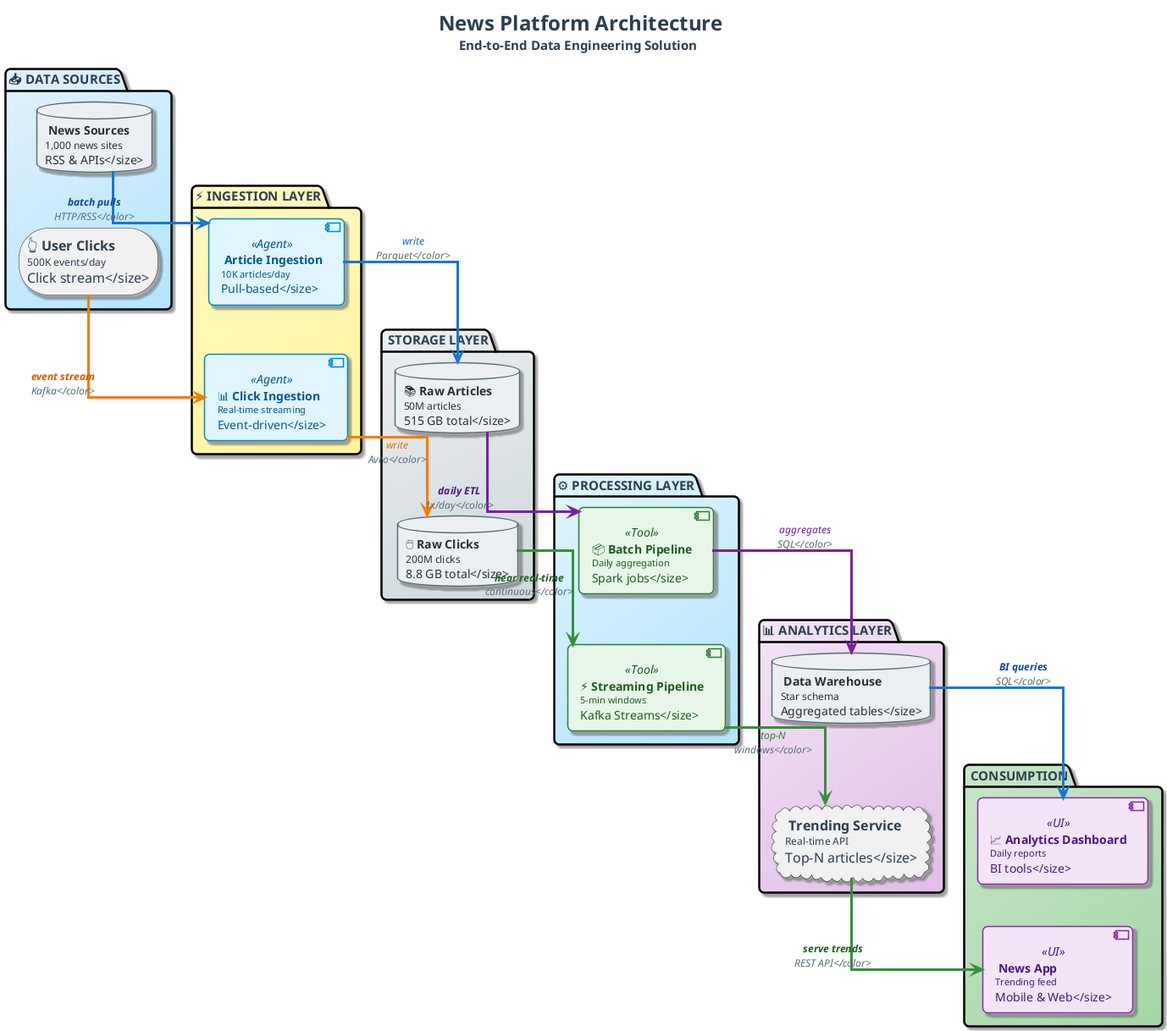
This is diagrams/week01/week1_practice_slide15_architecture.png from OrPerets/data-engineering-course, a PlantUML export, as it was before one commit.
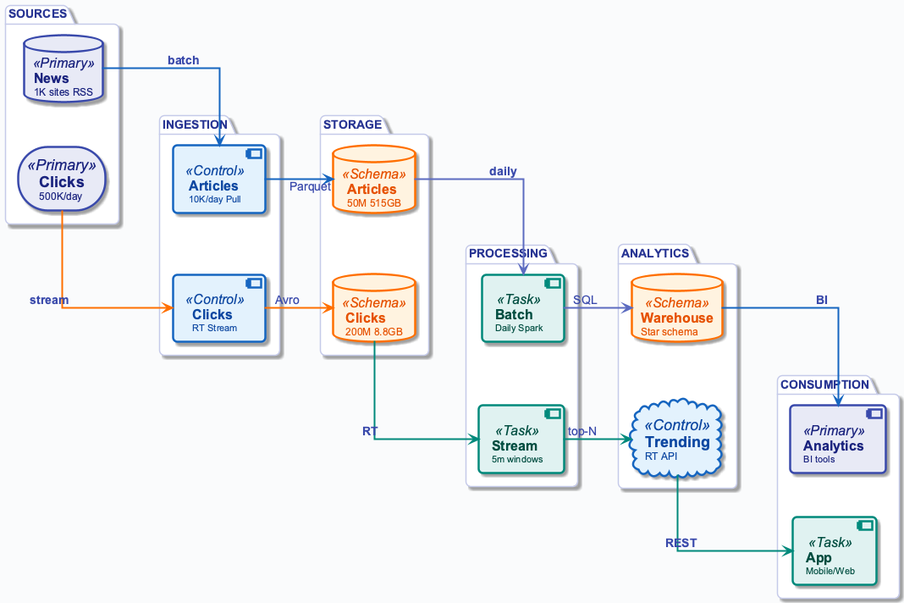
The same file after the commit.

The edit, as a diff of the source:
```diff
@@ -1,181 +1,56 @@
 @startuml
+!include ../_template_styles.puml
 top to bottom direction
-skinparam linetype ortho
-skinparam shadowing true
-skinparam roundcorner 12
-skinparam handwritten false
-skinparam nodesep 35
-skinparam ranksep 50
 
-skinparam defaultFontName "Segoe UI, Helvetica, sans-serif"
-skinparam defaultFontSize 16
-skinparam defaultFontColor #2C3E50
-
-skinparam rectangle {
-    BackgroundColor #F8F9FA
-    BorderColor #90A4AE
-    BorderThickness 2
-    FontColor #263238
-    FontSize 14
-    FontStyle bold
-    Padding 20
-}
-
-skinparam component {
-    BackgroundColor #FFFFFF
-    BorderColor #78909C
-    BorderThickness 1.5
-    FontSize 14
-    Padding 12
-}
-
-skinparam database {
-    BackgroundColor #ECEFF1
-    BorderColor #546E7A
-    BorderThickness 1.5
-    FontSize 14
-    FontColor #263238
-}
-
-skinparam arrow {
-    Color #607D8B
-    Thickness 2.5
-    FontSize 12
-    FontColor #546E7A
-    FontStyle italic
-}
-
-skinparam package {
-    BorderThickness 2.5
-    FontSize 15
-    FontStyle bold
-}
-
-skinparam component<<UI>> {
-    BorderColor #8E24AA
-    BackgroundColor #F3E5F5
-    FontColor #4A148C
-}
-
-skinparam component<<Agent>> {
-    BorderColor #0288D1
-    BackgroundColor #E1F5FE
-    FontColor #01579B
-}
-
-skinparam component<<Tool>> {
-    BorderColor #2E7D32
-    BackgroundColor #E8F5E9
-    FontColor #1B5E20
-}
-
-skinparam component<<Config>> {
-    BorderColor #F57C00
-    BackgroundColor #FFF3E0
-    FontColor #E65100
-}
-
-skinparam component<<Bad>> {
-    BorderColor #C62828
-    BackgroundColor #FFEBEE
-    FontColor #B71C1C
-}
-
-skinparam component<<V1>> {
-    BorderColor #F57C00
-    BackgroundColor #FFF3E0
-    FontColor #E65100
-}
-
-skinparam component<<V2>> {
-    BorderColor #2E7D32
-    BackgroundColor #E8F5E9
-    FontColor #1B5E20
-}
-
-skinparam component<<up>> {
-    BackgroundColor #E8F5E9
-    BorderColor #2E7D32
-}
-
-skinparam component<<down>> {
-    BackgroundColor #FFEBEE
-    BorderColor #C62828
-}
-
-skinparam database<<up>> {
-    BackgroundColor #E8F5E9
-    BorderColor #2E7D32
-}
-
-skinparam database<<down>> {
-    BackgroundColor #FFEBEE
-    BorderColor #C62828
-}
-
-skinparam component<<success>> {
-    BackgroundColor #E8F5E9
-    BorderColor #2E7D32
-}
-
-skinparam component<<failure>> {
-    BackgroundColor #FFEBEE
-    BorderColor #C62828
-}
-
-
-title <size:24><b>📰 News Platform Architecture</b></size>\n<size:15>End-to-End Data Engineering Solution</size>
-
-package "📥 DATA SOURCES"  as A #E3F2FD/B3E5FC {
-    database "📰 **News Sources**\n<size:12>1,000 news sites\nRSS & APIs</size>" as SOURCES
-    storage "👆 **User Clicks**\n<size:12>500K events/day\nClick stream</size>" as CLICKS
+package "SOURCES" as P_SRC #FFFFFF {
+    database "**News**\n<size:12>1K sites RSS</size>" as SOURCES <<Primary>>
+    storage "**Clicks**\n<size:12>500K/day</size>" as CLICKS <<Primary>>
     SOURCES -[hidden]- CLICKS
 }
 
-package "⚡ INGESTION LAYER" as B  #FFF9C4/FFF59D {
-    component "📄 **Article Ingestion**\n<size:11>10K articles/day\nPull-based</size>" as INGEST_ART <<Agent>>
-    component "📊 **Click Ingestion**\n<size:11>Real-time streaming\nEvent-driven</size>" as INGEST_CLICK <<Agent>>
+package "INGESTION" as P_ING #FFFFFF {
+    component "**Articles**\n<size:11>10K/day Pull</size>" as INGEST_ART <<Control>>
+    component "**Clicks**\n<size:11>RT Stream</size>" as INGEST_CLICK <<Control>>
     INGEST_ART -[hidden]- INGEST_CLICK
 }
 
-package "💾 STORAGE LAYER" as C #ECEFF1/CFD8DC {
-    database "📚 **Raw Articles**\n<size:12>50M articles\n515 GB total</size>" as RAW_ART
-    database "🖱️ **Raw Clicks**\n<size:12>200M clicks\n8.8 GB total</size>" as RAW_CLICK
+package "STORAGE" as P_STO #FFFFFF {
+    database "**Articles**\n<size:12>50M 515GB</size>" as RAW_ART <<Schema>>
+    database "**Clicks**\n<size:12>200M 8.8GB</size>" as RAW_CLICK <<Schema>>
     RAW_ART -[hidden]- RAW_CLICK
 }
 
-package "⚙️ PROCESSING LAYER" as D #E1F5FE/B3E5FC {
-    component "📦 **Batch Pipeline**\n<size:11>Daily aggregation\nSpark jobs</size>" as BATCH <<Tool>>
-    component "⚡ **Streaming Pipeline**\n<size:11>5-min windows\nKafka Streams</size>" as STREAM <<Tool>>
+package "PROCESSING" as P_PROC #FFFFFF {
+    component "**Batch**\n<size:11>Daily Spark</size>" as BATCH <<Task>>
+    component "**Stream**\n<size:11>5m windows</size>" as STREAM <<Task>>
     BATCH -[hidden]- STREAM
 }
 
-package "📊 ANALYTICS LAYER" as E #F3E5F5/E1BEE7 {
-    database "🏢 **Data Warehouse**\n<size:12>Star schema\nAggregated tables</size>" as WAREHOUSE
-    cloud "🔥 **Trending Service**\n<size:12>Real-time API\nTop-N articles</size>" as TRENDING
+package "ANALYTICS" as P_ANAL #FFFFFF {
+    database "**Warehouse**\n<size:12>Star schema</size>" as WAREHOUSE <<Schema>>
+    cloud "**Trending**\n<size:12>RT API</size>" as TRENDING <<Control>>
     WAREHOUSE -[hidden]- TRENDING
 }
 
-package "🎯 CONSUMPTION" as F #C8E6C9/A5D6A7 {
-    component "📈 **Analytics Dashboard**\n<size:11>Daily reports\nBI tools</size>" as DASHBOARD <<UI>>
-    component "📱 **News App**\n<size:11>Trending feed\nMobile & Web</size>" as APP <<UI>>
+package "CONSUMPTION" as P_CONS #FFFFFF {
+    component "**Analytics**\n<size:11>BI tools</size>" as DASHBOARD <<Primary>>
+    component "**App**\n<size:11>Mobile/Web</size>" as APP <<Task>>
     DASHBOARD -[hidden]- APP
 }
 
-SOURCES -[#1976D2,thickness=3]-> INGEST_ART : <color:#0D47A1><b>batch pulls</b>\nHTTP/RSS</color>
-CLICKS -[#F57C00,thickness=3]-> INGEST_CLICK : <color:#E65100><b>event stream</b>\nKafka</color>
+SOURCES -down[#1565C0,thickness=2]-> INGEST_ART : <color:#3949AB><b>batch</b></color>
+CLICKS -down[#FF6F00,thickness=2]-> INGEST_CLICK : <color:#3949AB><b>stream</b></color>
 
-INGEST_ART -[#1976D2,thickness=3]-> RAW_ART : <color:#1565C0>write\nParquet</color>
-INGEST_CLICK -[#F57C00,thickness=3]-> RAW_CLICK : <color:#EF6C00>write\nAvro</color>
+INGEST_ART -right[#1565C0,thickness=2]-> RAW_ART : <color:#3949AB>Parquet</color>
+INGEST_CLICK -right[#FF6F00,thickness=2]-> RAW_CLICK : <color:#3949AB>Avro</color>
 
-RAW_ART -[#7B1FA2,thickness=3]-> BATCH : <color:#4A148C><b>daily ETL</b>\n1x/day</color>
-RAW_CLICK -[#388E3C,thickness=3]-> STREAM : <color:#1B5E20><b>near real-time</b>\ncontinuous</color>
+RAW_ART -down[#5C6BC0,thickness=2]-> BATCH : <color:#3949AB><b>daily</b></color>
+RAW_CLICK -down[#00897B,thickness=2]-> STREAM : <color:#3949AB><b>RT</b></color>
 
-BATCH -[#7B1FA2,thickness=3]-> WAREHOUSE : <color:#6A1B9A>aggregates\nSQL</color>
-STREAM -[#388E3C,thickness=3]-> TRENDING : <color:#2E7D32>top-N\nwindows</color>
+BATCH -right[#5C6BC0,thickness=2]-> WAREHOUSE : <color:#3949AB>SQL</color>
+STREAM -right[#00897B,thickness=2]-> TRENDING : <color:#3949AB>top-N</color>
 
-WAREHOUSE -[#1976D2,thickness=3]-> DASHBOARD : <color:#0D47A1><b>BI queries</b>\nSQL</color>
-TRENDING -[#388E3C,thickness=3]-> APP : <color:#1B5E20><b>serve trends</b>\nREST API</color>
-
+WAREHOUSE -down[#1565C0,thickness=2]-> DASHBOARD : <color:#3949AB><b>BI</b></color>
+TRENDING -down[#00897B,thickness=2]-> APP : <color:#3949AB><b>REST</b></color>
 
 @enduml
```
